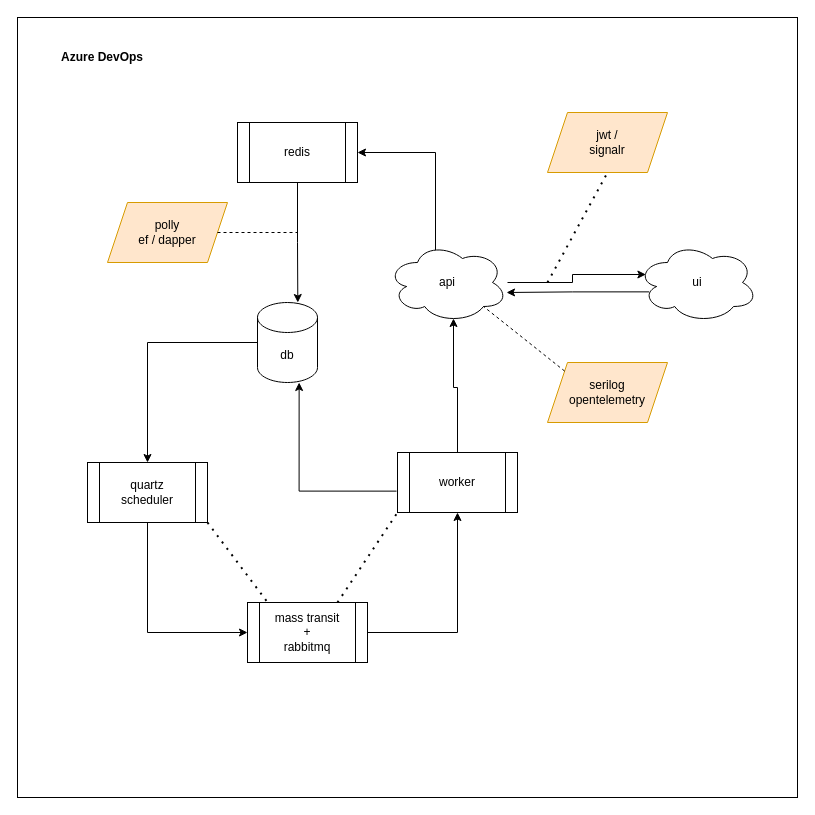
The draw.io diagram pulse-bridge.drawio in fbasa/pulse-bridge, before the edit. Source tidied: cells renumbered, new cells numbered last; positions are measured from the earlier drawing's top-left corner, leaving out a move shared by most shapes. Both pictures are drawn from the tidied source at 100%, with x=0, y=0 at pixel (17, 17).
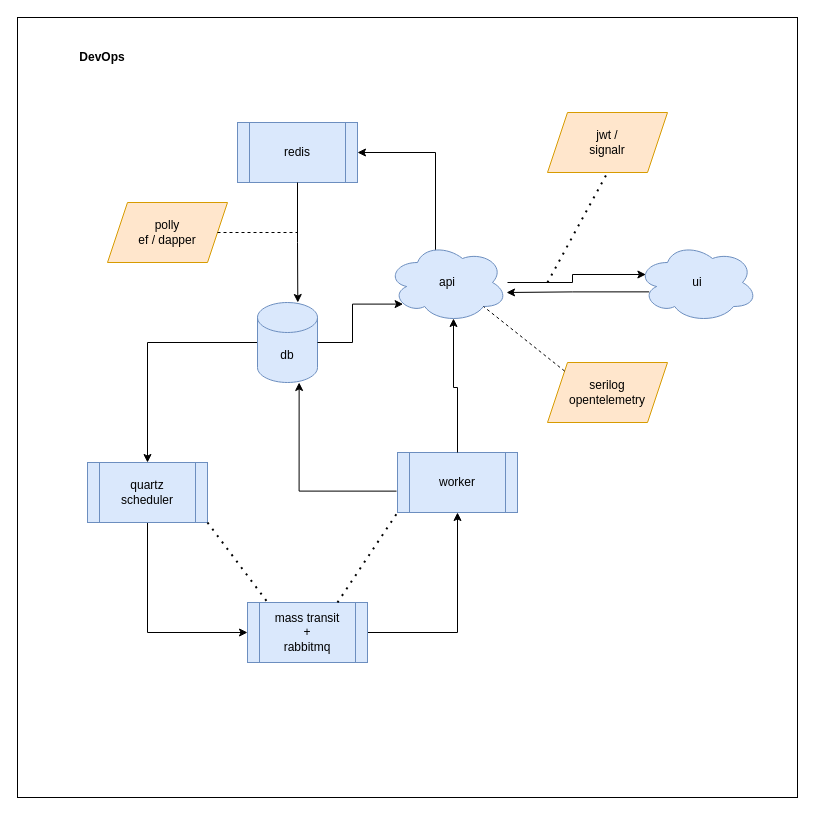
The same page after the edit.

Change to the diagram source:
```diff
@@
-    <mxCell id="4" value="db" style="shape=cylinder3;whiteSpace=wrap;html=1;boundedLbl=1;backgroundOutline=1;size=15;" parent="1" vertex="1">
+    <mxCell id="4" value="db" style="shape=cylinder3;whiteSpace=wrap;html=1;boundedLbl=1;backgroundOutline=1;size=15;fillColor=#dae8fc;strokeColor=#6c8ebf;" parent="1" vertex="1">
       <mxGeometry x="240" y="285" width="60" height="80" as="geometry" />
     </mxCell>
@@
-    <mxCell id="6" value="quartz&lt;br&gt;scheduler" style="shape=process;whiteSpace=wrap;html=1;backgroundOutline=1;" parent="1" vertex="1">
+    <mxCell id="6" value="quartz&lt;br&gt;scheduler" style="shape=process;whiteSpace=wrap;html=1;backgroundOutline=1;fillColor=#dae8fc;strokeColor=#6c8ebf;" parent="1" vertex="1">
       <mxGeometry x="70" y="445" width="120" height="60" as="geometry" />
     </mxCell>
@@
-    <mxCell id="8" value="mass transit&lt;br&gt;+&lt;br&gt;rabbitmq" style="shape=process;whiteSpace=wrap;html=1;backgroundOutline=1;" parent="1" vertex="1">
+    <mxCell id="8" value="mass transit&lt;br&gt;+&lt;br&gt;rabbitmq" style="shape=process;whiteSpace=wrap;html=1;backgroundOutline=1;fillColor=#dae8fc;strokeColor=#6c8ebf;" parent="1" vertex="1">
       <mxGeometry x="230" y="585" width="120" height="60" as="geometry" />
     </mxCell>
@@
-    <mxCell id="10" value="api" style="ellipse;shape=cloud;whiteSpace=wrap;html=1;" parent="1" vertex="1">
+    <mxCell id="10" value="api" style="ellipse;shape=cloud;whiteSpace=wrap;html=1;fillColor=#dae8fc;strokeColor=#6c8ebf;" parent="1" vertex="1">
       <mxGeometry x="370" y="225" width="120" height="80" as="geometry" />
     </mxCell>
-    <mxCell id="11" value="worker" style="shape=process;whiteSpace=wrap;html=1;backgroundOutline=1;" parent="1" vertex="1">
+    <mxCell id="11" value="worker" style="shape=process;whiteSpace=wrap;html=1;backgroundOutline=1;fillColor=#dae8fc;strokeColor=#6c8ebf;" parent="1" vertex="1">
       <mxGeometry x="380" y="435" width="120" height="60" as="geometry" />
     </mxCell>
@@
-    <mxCell id="14" value="ui" style="ellipse;shape=cloud;whiteSpace=wrap;html=1;" parent="1" vertex="1">
+    <mxCell id="14" value="ui" style="ellipse;shape=cloud;whiteSpace=wrap;html=1;fillColor=#dae8fc;strokeColor=#6c8ebf;" parent="1" vertex="1">
       <mxGeometry x="620" y="225" width="120" height="80" as="geometry" />
     </mxCell>
@@
-    <mxCell id="19" value="redis" style="shape=process;whiteSpace=wrap;html=1;backgroundOutline=1;" parent="1" vertex="1">
+    <mxCell id="19" value="redis" style="shape=process;whiteSpace=wrap;html=1;backgroundOutline=1;fillColor=#dae8fc;strokeColor=#6c8ebf;" parent="1" vertex="1">
       <mxGeometry x="220" y="105" width="120" height="60" as="geometry" />
     </mxCell>
@@
-    <mxCell id="27" value="Azure DevOps" style="text;html=1;align=center;verticalAlign=middle;whiteSpace=wrap;rounded=0;fontStyle=1;" parent="1" vertex="1">
+    <mxCell id="27" value="DevOps" style="text;html=1;align=center;verticalAlign=middle;whiteSpace=wrap;rounded=0;fontStyle=1;" parent="1" vertex="1">
       <mxGeometry x="30" y="25" width="110" height="30" as="geometry" />
     </mxCell>
+    <mxCell id="28" style="edgeStyle=orthogonalEdgeStyle;rounded=0;jettySize=auto;html=1;entryX=0.13;entryY=0.77;entryDx=0;entryDy=0;entryPerimeter=0;" parent="1" edge="1" source="4" target="10">
+      <mxGeometry relative="1" as="geometry" />
+    </mxCell>
```
